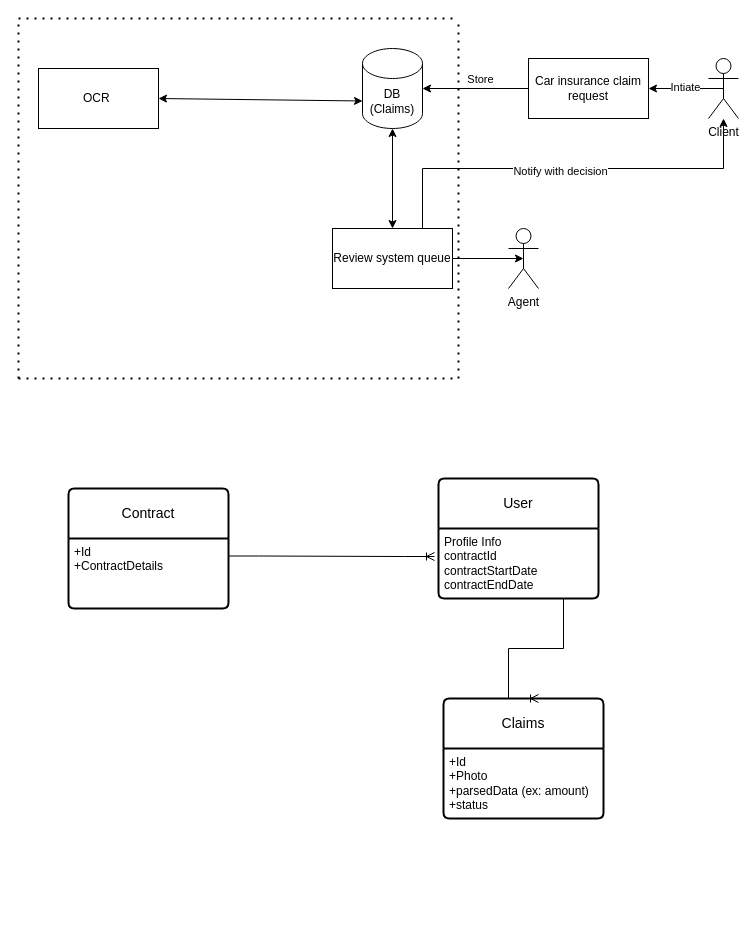
Earlier version of the draw.io diagram Untitled Diagram.drawio (walid-tharwat-zaki/hacker-news). Source tidied: cells renumbered, new cells numbered last; positions are measured from the earlier drawing's top-left corner, leaving out a move shared by most shapes. Both pictures are drawn from the tidied source at 100%, with x=0, y=0 at pixel (18, 18).
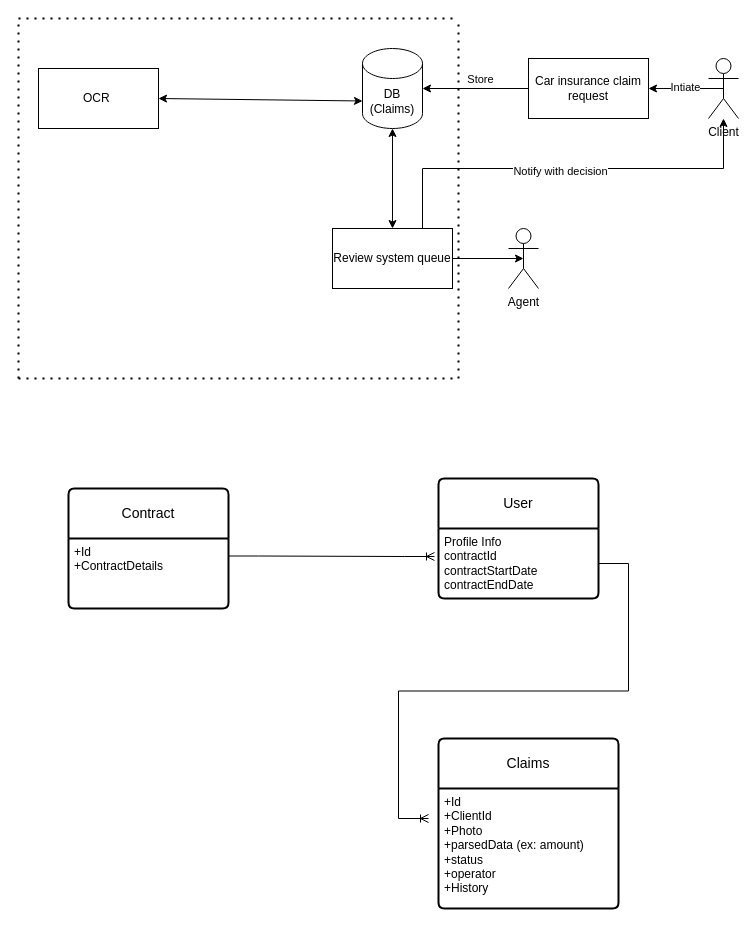
The same page after the edit.

Unchanged cells that the change refers to:
```xml
<mxCell id="22" value="Profile Info&lt;br&gt;contractId&lt;br&gt;contractStartDate&lt;br&gt;contractEndDate" style="align=left;strokeColor=none;fillColor=none;spacingLeft=4;fontSize=12;verticalAlign=top;html=1;" parent="21" vertex="1">
  <mxGeometry y="50" width="160" height="70" as="geometry" />
</mxCell>
```

The edit, as a diff of the source:
```diff
@@
     <mxCell id="26" value="Claims" style="swimlane;horizontal=1;startSize=50;rounded=1;fontSize=14;fontStyle=0;strokeWidth=2;shadow=0;dashed=0;align=center;arcSize=4;whiteSpace=wrap;html=1;" parent="1" vertex="1">
-      <mxGeometry x="425" y="680" width="160" height="120" as="geometry" />
+      <mxGeometry x="420" y="720" width="180" height="170" as="geometry" />
     </mxCell>
+    <mxCell id="28" value="+Id&lt;br&gt;+ClientId&lt;br&gt;+Photo&lt;br&gt;+parsedData (ex: amount)&lt;br&gt;+status&lt;br&gt;+operator&lt;br&gt;+History" style="align=left;strokeColor=none;fillColor=none;spacingLeft=4;fontSize=12;verticalAlign=top;html=1;" parent="26" vertex="1">
+      <mxGeometry y="50" width="180" height="120" as="geometry" />
+    </mxCell>
-    <mxCell id="27" style="edgeStyle=entityRelationEdgeStyle;fontSize=12;html=1;endArrow=ERoneToMany;rounded=0;entryX=0.5;entryY=0;entryDx=0;entryDy=0;exitX=0.5;exitY=1;exitDx=0;exitDy=0;" parent="26" edge="1">
+    <mxCell id="27" style="edgeStyle=entityRelationEdgeStyle;fontSize=12;html=1;endArrow=ERoneToMany;rounded=0;exitX=1;exitY=0.5;exitDx=0;exitDy=0;" parent="1" edge="1" source="22">
       <mxGeometry relative="1" as="geometry">
-        <mxPoint x="90" y="-100" as="sourcePoint" />
-        <mxPoint x="95" as="targetPoint" />
+        <mxPoint x="410" y="800" as="targetPoint" />
+        <Array as="points">
+          <mxPoint x="505" y="580" />
+          <mxPoint x="480" y="630" />
+        </Array>
       </mxGeometry>
     </mxCell>
-    <mxCell id="28" value="+Id&lt;br&gt;+Photo&lt;br&gt;+parsedData (ex: amount)&lt;br&gt;+status" style="align=left;strokeColor=none;fillColor=none;spacingLeft=4;fontSize=12;verticalAlign=top;html=1;" parent="26" vertex="1">
-      <mxGeometry y="50" width="160" height="70" as="geometry" />
-    </mxCell>
```
